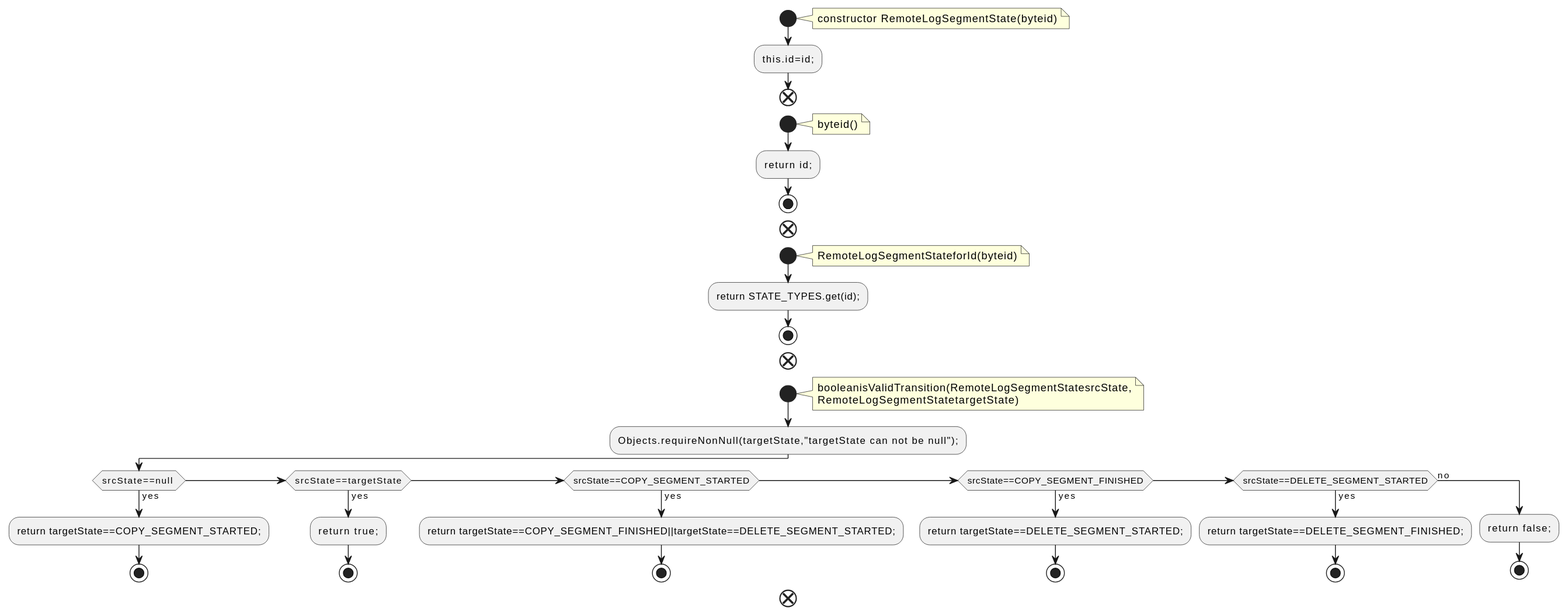
Before: docs/qc/storage/api/src/main/java/org/apache/kafka/server/log/remote/storage/RemoteLogSegmentState.java.fct.svg, a diagram exported from PlantUML (qualitesys/kafka).
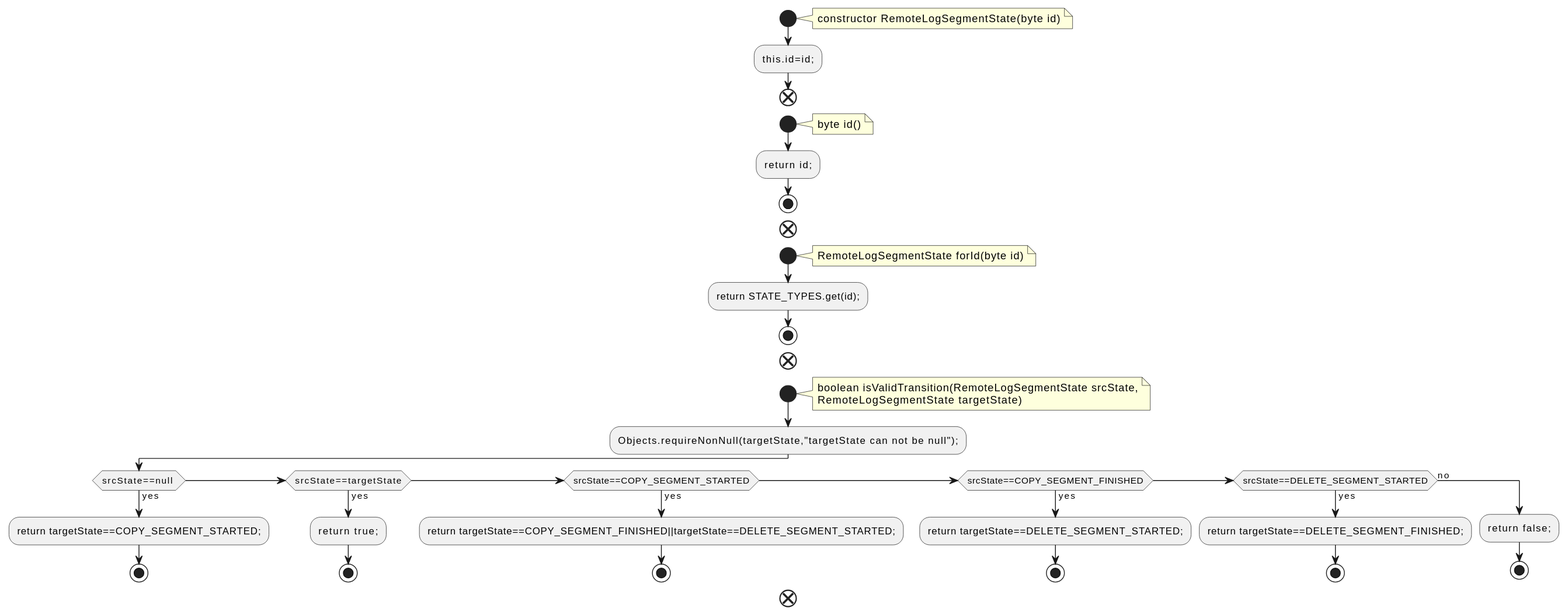
The same file after the commit.

The edit, as a diff of the source:
```diff
@@ -2,28 +2,28 @@
 !pragma layout smetana
 start
 note right
-constructor RemoteLogSegmentState(byteid)
+constructor RemoteLogSegmentState(byte id)
 end note
 :this.id=id;;
 end
 start
 note right
-byteid()
+byte id()
 end note
 :return id;;
 stop
 end
 start
 note right
-RemoteLogSegmentStateforId(byteid)
+RemoteLogSegmentState forId(byte id)
 end note
 :return STATE_TYPES.get(id);;
 stop
 end
 start
 note right
-booleanisValidTransition(RemoteLogSegmentStatesrcState,
-RemoteLogSegmentStatetargetState)
+boolean isValidTransition(RemoteLogSegmentState srcState,
+RemoteLogSegmentState targetState)
 end note
 :Objects.requireNonNull(targetState,"targetState can not be null");;
 if (srcState==null ) then (yes)
```
